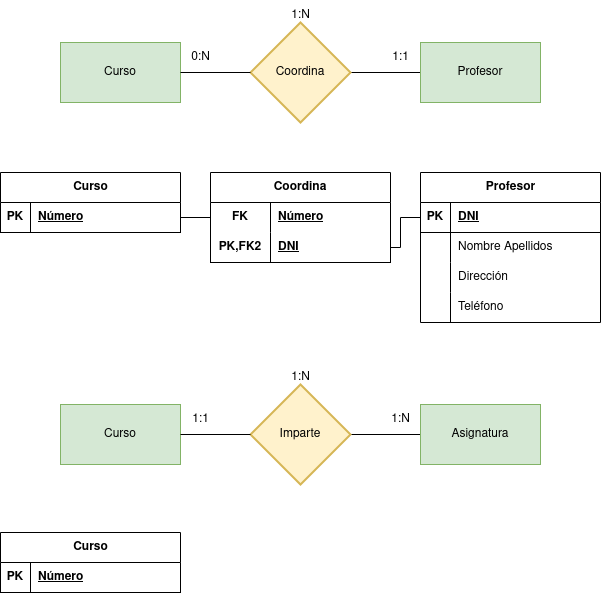
Earlier version of the draw.io export tareas 1/Ejercicio calificable docente (MR-2).drawio.png (GermanOjeda/base-datos). Source tidied: cells renumbered, new cells last; positions are measured from the earlier drawing's top-left corner, leaving out a move shared by most shapes.
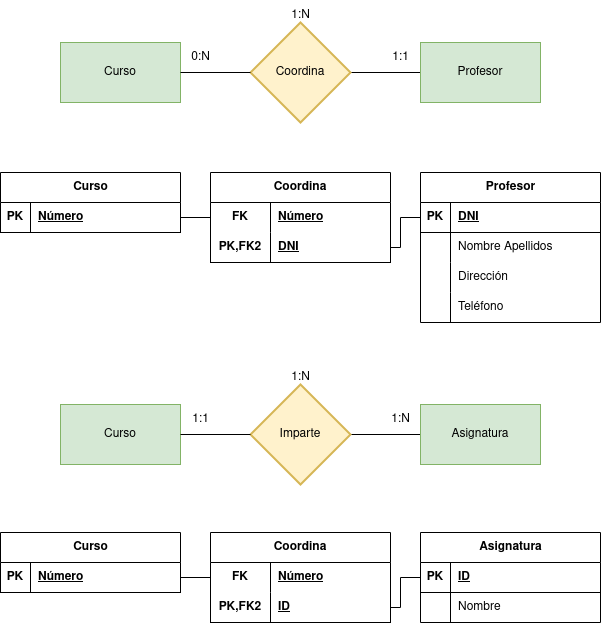
Above is the later version.

The edit, as a diff of the source:
```diff
@@ -140,5 +140,53 @@
     <mxCell id="47" value="Número" style="shape=partialRectangle;fillColor=none;top=0;left=0;bottom=0;right=0;align=left;spacingLeft=6;fontStyle=5;overflow=hidden;whiteSpace=wrap;html=1;" parent="45" vertex="1">
       <mxGeometry x="30" width="150" height="30" as="geometry" />
     </mxCell>
+    <mxCell id="48" value="Asignatura" style="shape=table;startSize=30;rowLines=0;fontStyle=1;align=center;html=1;" parent="1" vertex="1">
+      <mxGeometry x="420" y="532" width="180" height="90" as="geometry" />
+    </mxCell>
+    <mxCell id="49" style="shape=tableRow;horizontal=0;startSize=0;swimlaneHead=0;swimlaneBody=0;fillColor=none;points=[[0,0.5],[1,0.5]];portConstraint=eastwest;top=0;left=0;right=0;bottom=1;" parent="48" vertex="1">
+      <mxGeometry y="30" width="180" height="30" as="geometry" />
+    </mxCell>
+    <mxCell id="50" value="PK" style="shape=partialRectangle;fillColor=none;top=0;left=0;bottom=0;right=0;fontStyle=1;overflow=hidden;whiteSpace=wrap;html=1;" parent="49" vertex="1">
+      <mxGeometry width="30" height="30" as="geometry" />
+    </mxCell>
+    <mxCell id="51" value="ID" style="shape=partialRectangle;fillColor=none;top=0;left=0;bottom=0;right=0;align=left;spacingLeft=6;fontStyle=5;overflow=hidden;whiteSpace=wrap;html=1;" parent="49" vertex="1">
+      <mxGeometry x="30" width="150" height="30" as="geometry" />
+    </mxCell>
+    <mxCell id="52" style="shape=tableRow;horizontal=0;startSize=0;swimlaneHead=0;swimlaneBody=0;fillColor=none;top=0;left=0;right=0;bottom=0;" parent="48" vertex="1">
+      <mxGeometry y="60" width="180" height="30" as="geometry" />
+    </mxCell>
+    <mxCell id="53" style="shape=partialRectangle;fillColor=none;top=0;left=0;bottom=0;right=0;overflow=hidden;whiteSpace=wrap;html=1;" parent="52" vertex="1">
+      <mxGeometry width="30" height="30" as="geometry" />
+    </mxCell>
+    <mxCell id="54" value="Nombre" style="shape=partialRectangle;fillColor=none;top=0;left=0;bottom=0;right=0;align=left;spacingLeft=6;overflow=hidden;whiteSpace=wrap;html=1;" parent="52" vertex="1">
+      <mxGeometry x="30" width="150" height="30" as="geometry" />
+    </mxCell>
+    <mxCell id="55" value="Coordina" style="shape=table;startSize=30;rowLines=0;fontStyle=1;align=center;html=1;whiteSpace=wrap;" parent="1" vertex="1">
+      <mxGeometry x="210" y="532" width="180" height="90" as="geometry" />
+    </mxCell>
+    <mxCell id="56" style="shape=tableRow;horizontal=0;startSize=0;swimlaneHead=0;swimlaneBody=0;fillColor=none;points=[[0,0.5],[1,0.5]];portConstraint=eastwest;top=0;left=0;right=0;bottom=0;html=1;" parent="55" vertex="1">
+      <mxGeometry y="30" width="180" height="30" as="geometry" />
+    </mxCell>
+    <mxCell id="57" value="FK" style="shape=partialRectangle;fillColor=none;top=0;left=0;bottom=0;right=0;fontStyle=1;overflow=hidden;html=1;whiteSpace=wrap;" parent="56" vertex="1">
+      <mxGeometry width="60" height="30" as="geometry" />
+    </mxCell>
+    <mxCell id="58" value="Número" style="shape=partialRectangle;fillColor=none;top=0;left=0;bottom=0;right=0;align=left;spacingLeft=6;fontStyle=5;overflow=hidden;html=1;whiteSpace=wrap;" parent="56" vertex="1">
+      <mxGeometry x="60" width="120" height="30" as="geometry" />
+    </mxCell>
+    <mxCell id="59" style="shape=tableRow;horizontal=0;startSize=0;swimlaneHead=0;swimlaneBody=0;fillColor=none;points=[[0,0.5],[1,0.5]];portConstraint=eastwest;top=0;left=0;right=0;bottom=1;html=1;" parent="55" vertex="1">
+      <mxGeometry y="60" width="180" height="30" as="geometry" />
+    </mxCell>
+    <mxCell id="60" value="PK,FK2" style="shape=partialRectangle;fillColor=none;top=0;left=0;bottom=0;right=0;fontStyle=1;overflow=hidden;html=1;whiteSpace=wrap;" parent="59" vertex="1">
+      <mxGeometry width="60" height="30" as="geometry" />
+    </mxCell>
+    <mxCell id="61" value="ID" style="shape=partialRectangle;fillColor=none;top=0;left=0;bottom=0;right=0;align=left;spacingLeft=6;fontStyle=5;overflow=hidden;html=1;whiteSpace=wrap;" parent="59" vertex="1">
+      <mxGeometry x="60" width="120" height="30" as="geometry" />
+    </mxCell>
+    <mxCell id="62" style="edgeStyle=orthogonalEdgeStyle;rounded=0;jettySize=auto;html=1;exitX=1;exitY=0.5;exitDx=0;exitDy=0;entryX=0;entryY=0.5;entryDx=0;entryDy=0;endArrow=none;endFill=0;" parent="1" edge="1" source="45" target="56">
+      <mxGeometry relative="1" as="geometry" />
+    </mxCell>
+    <mxCell id="63" style="edgeStyle=orthogonalEdgeStyle;rounded=0;jettySize=auto;html=1;exitX=0;exitY=0.5;exitDx=0;exitDy=0;entryX=1;entryY=0.5;entryDx=0;entryDy=0;endArrow=none;endFill=0;" parent="1" edge="1" source="49" target="59">
+      <mxGeometry relative="1" as="geometry" />
+    </mxCell>
   </root>
 </mxGraphModel>
```
